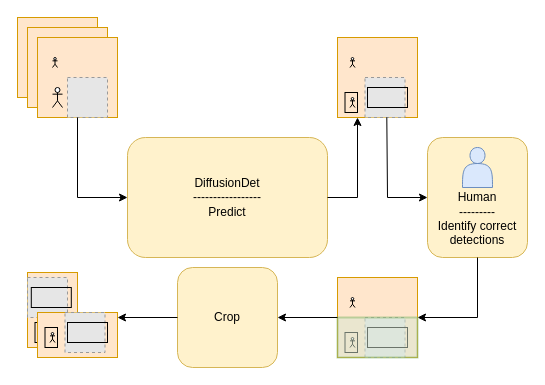
Above: Untitled Diagram.drawio in LeanderHeuvel/thesis-graphs (draw.io), before the change. Source tidied: cells renumbered, new cells numbered last; positions are measured from the earlier drawing's top-left corner, leaving out a move shared by most shapes. Both pictures are drawn from the tidied source at 100%, with x=0, y=0 at pixel (17, 17). Pictures stored in the file or linked from it are replaced by grey dashed boxes.
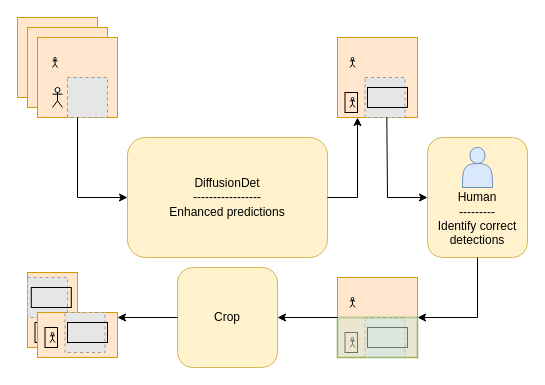
After the change.

Change to the diagram source:
```diff
@@
-    <mxCell id="9" value="DiffusionDet&lt;br&gt;-----------------&lt;br&gt;Predict" style="rounded=1;whiteSpace=wrap;html=1;fillColor=#fff2cc;strokeColor=#d6b656;" parent="1" vertex="1">
+    <mxCell id="9" value="DiffusionDet&lt;br&gt;-----------------&lt;br&gt;Enhanced predictions" style="rounded=1;whiteSpace=wrap;html=1;fillColor=#fff2cc;strokeColor=#d6b656;" parent="1" vertex="1">
       <mxGeometry x="110" y="120" width="200" height="120" as="geometry" />
     </mxCell>
```
